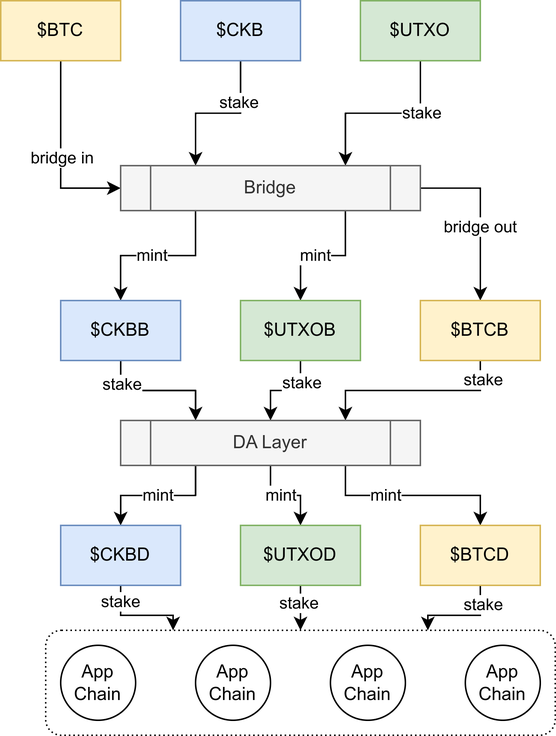
Above: docs/images/stake.png in utxostack/utxo-stack-doc (draw.io), before the change. Source tidied: cells renumbered, new cells last; positions are measured from the earlier drawing's top-left corner, leaving out a move shared by most shapes. The source it was exported from:
```xml
<mxGraphModel>
  <root>
    <mxCell id="0" />
    <mxCell id="1" parent="0" />
    <mxCell id="2" style="edgeStyle=orthogonalEdgeStyle;rounded=0;jettySize=auto;html=1;entryX=0;entryY=0.5;entryDx=0;entryDy=0;" parent="1" edge="1" source="4" target="17">
      <mxGeometry relative="1" as="geometry" />
    </mxCell>
    <mxCell id="3" value="bridge in" style="edgeLabel;html=1;align=center;verticalAlign=middle;" parent="2" vertex="1">
      <mxGeometry x="0.04" y="1" relative="1" as="geometry" />
    </mxCell>
    <mxCell id="4" value="$BTC" style="rounded=0;whiteSpace=wrap;html=1;fillColor=#fff2cc;strokeColor=#d6b656;" parent="1" vertex="1">
      <mxGeometry width="80" height="40" as="geometry" />
    </mxCell>
    <mxCell id="5" style="edgeStyle=orthogonalEdgeStyle;rounded=0;jettySize=auto;html=1;entryX=0.25;entryY=0;entryDx=0;entryDy=0;" parent="1" edge="1" source="7" target="17">
      <mxGeometry relative="1" as="geometry" />
    </mxCell>
    <mxCell id="6" value="stake" style="edgeLabel;html=1;align=center;verticalAlign=middle;" parent="5" vertex="1">
      <mxGeometry x="-0.44" y="-1" relative="1" as="geometry" />
    </mxCell>
    <mxCell id="7" value="$CKB" style="rounded=0;whiteSpace=wrap;html=1;fillColor=#dae8fc;strokeColor=#6c8ebf;" parent="1" vertex="1">
      <mxGeometry x="120" width="80" height="40" as="geometry" />
    </mxCell>
    <mxCell id="8" style="edgeStyle=orthogonalEdgeStyle;rounded=0;jettySize=auto;html=1;exitX=0.5;exitY=1;exitDx=0;exitDy=0;entryX=0.75;entryY=0;entryDx=0;entryDy=0;" parent="1" edge="1" source="10" target="17">
      <mxGeometry relative="1" as="geometry" />
    </mxCell>
    <mxCell id="9" value="stake" style="edgeLabel;html=1;align=center;verticalAlign=middle;" parent="8" vertex="1">
      <mxGeometry x="-0.42" y="1" relative="1" as="geometry" />
    </mxCell>
    <mxCell id="10" value="$UTXO" style="rounded=0;whiteSpace=wrap;html=1;fillColor=#d5e8d4;strokeColor=#82b366;" parent="1" vertex="1">
      <mxGeometry x="240" width="80" height="40" as="geometry" />
    </mxCell>
    <mxCell id="11" style="edgeStyle=orthogonalEdgeStyle;rounded=0;jettySize=auto;html=1;entryX=0.5;entryY=0;entryDx=0;entryDy=0;exitX=1;exitY=0.5;exitDx=0;exitDy=0;" parent="1" edge="1" source="17" target="20">
      <mxGeometry relative="1" as="geometry" />
    </mxCell>
    <mxCell id="12" value="bridge out" style="edgeLabel;html=1;align=center;verticalAlign=middle;" parent="11" vertex="1">
      <mxGeometry x="0.14" relative="1" as="geometry" />
    </mxCell>
    <mxCell id="13" style="edgeStyle=orthogonalEdgeStyle;rounded=0;jettySize=auto;html=1;exitX=0.25;exitY=1;exitDx=0;exitDy=0;entryX=0.5;entryY=0;entryDx=0;entryDy=0;" parent="1" edge="1" source="17" target="23">
      <mxGeometry relative="1" as="geometry" />
    </mxCell>
    <mxCell id="14" value="mint" style="edgeLabel;html=1;align=center;verticalAlign=middle;" parent="13" vertex="1">
      <mxGeometry x="0.07" relative="1" as="geometry" />
    </mxCell>
    <mxCell id="15" style="edgeStyle=orthogonalEdgeStyle;rounded=0;jettySize=auto;html=1;exitX=0.75;exitY=1;exitDx=0;exitDy=0;" parent="1" edge="1" source="17" target="26">
      <mxGeometry relative="1" as="geometry" />
    </mxCell>
    <mxCell id="16" value="mint" style="edgeLabel;html=1;align=center;verticalAlign=middle;" parent="15" vertex="1">
      <mxGeometry x="0.12" relative="1" as="geometry" />
    </mxCell>
    <mxCell id="17" value="Bridge" style="shape=process;whiteSpace=wrap;html=1;backgroundOutline=1;fillColor=#f5f5f5;fontColor=#333333;strokeColor=#666666;" parent="1" vertex="1">
      <mxGeometry x="80" y="110" width="200" height="30" as="geometry" />
    </mxCell>
    <mxCell id="18" style="edgeStyle=orthogonalEdgeStyle;rounded=0;jettySize=auto;html=1;exitX=0.5;exitY=1;exitDx=0;exitDy=0;entryX=0.75;entryY=0;entryDx=0;entryDy=0;" parent="1" edge="1" source="20" target="33">
      <mxGeometry relative="1" as="geometry" />
    </mxCell>
    <mxCell id="19" value="stake" style="edgeLabel;html=1;align=center;verticalAlign=middle;" parent="18" vertex="1">
      <mxGeometry x="-0.8" y="2" relative="1" as="geometry" />
    </mxCell>
    <mxCell id="20" value="$BTCB" style="rounded=0;whiteSpace=wrap;html=1;fillColor=#fff2cc;strokeColor=#d6b656;" parent="1" vertex="1">
      <mxGeometry x="280" y="200" width="80" height="40" as="geometry" />
    </mxCell>
    <mxCell id="21" style="edgeStyle=orthogonalEdgeStyle;rounded=0;jettySize=auto;html=1;exitX=0.5;exitY=1;exitDx=0;exitDy=0;entryX=0.25;entryY=0;entryDx=0;entryDy=0;" parent="1" edge="1" source="23" target="33">
      <mxGeometry relative="1" as="geometry" />
    </mxCell>
    <mxCell id="22" value="stake" style="edgeLabel;html=1;align=center;verticalAlign=middle;" parent="21" vertex="1">
      <mxGeometry x="-0.65" y="1" relative="1" as="geometry" />
    </mxCell>
    <mxCell id="23" value="$CKBB" style="rounded=0;whiteSpace=wrap;html=1;fillColor=#dae8fc;strokeColor=#6c8ebf;" parent="1" vertex="1">
      <mxGeometry x="40" y="200" width="80" height="40" as="geometry" />
    </mxCell>
    <mxCell id="24" style="edgeStyle=orthogonalEdgeStyle;rounded=0;jettySize=auto;html=1;exitX=0.5;exitY=1;exitDx=0;exitDy=0;entryX=0.5;entryY=0;entryDx=0;entryDy=0;" parent="1" edge="1" source="26" target="33">
      <mxGeometry relative="1" as="geometry" />
    </mxCell>
    <mxCell id="25" value="stake" style="edgeLabel;html=1;align=center;verticalAlign=middle;" parent="24" vertex="1">
      <mxGeometry x="-0.52" y="1" relative="1" as="geometry" />
    </mxCell>
    <mxCell id="26" value="$UTXOB" style="rounded=0;whiteSpace=wrap;html=1;fillColor=#d5e8d4;strokeColor=#82b366;" parent="1" vertex="1">
      <mxGeometry x="160" y="200" width="80" height="40" as="geometry" />
    </mxCell>
    <mxCell id="27" style="edgeStyle=orthogonalEdgeStyle;rounded=0;jettySize=auto;html=1;exitX=0.5;exitY=1;exitDx=0;exitDy=0;" parent="1" edge="1" source="33" target="42">
      <mxGeometry relative="1" as="geometry" />
    </mxCell>
    <mxCell id="28" value="mint" style="edgeLabel;html=1;align=center;verticalAlign=middle;" parent="27" vertex="1">
      <mxGeometry x="-0.11" relative="1" as="geometry" />
    </mxCell>
    <mxCell id="29" style="edgeStyle=orthogonalEdgeStyle;rounded=0;jettySize=auto;html=1;exitX=0.25;exitY=1;exitDx=0;exitDy=0;" parent="1" edge="1" source="33" target="39">
      <mxGeometry relative="1" as="geometry" />
    </mxCell>
    <mxCell id="30" value="mint" style="edgeLabel;html=1;align=center;verticalAlign=middle;" parent="29" vertex="1">
      <mxGeometry relative="1" as="geometry" />
    </mxCell>
    <mxCell id="31" style="edgeStyle=orthogonalEdgeStyle;rounded=0;jettySize=auto;html=1;exitX=0.75;exitY=1;exitDx=0;exitDy=0;" parent="1" edge="1" source="33" target="36">
      <mxGeometry relative="1" as="geometry" />
    </mxCell>
    <mxCell id="32" value="mint" style="edgeLabel;html=1;align=center;verticalAlign=middle;" parent="31" vertex="1">
      <mxGeometry x="-0.27" relative="1" as="geometry" />
    </mxCell>
    <mxCell id="33" value="DA Layer" style="shape=process;whiteSpace=wrap;html=1;backgroundOutline=1;fillColor=#f5f5f5;fontColor=#333333;strokeColor=#666666;" parent="1" vertex="1">
      <mxGeometry x="80" y="280" width="200" height="30" as="geometry" />
    </mxCell>
    <mxCell id="34" style="edgeStyle=orthogonalEdgeStyle;rounded=0;jettySize=auto;html=1;exitX=0.5;exitY=1;exitDx=0;exitDy=0;entryX=0.75;entryY=0;entryDx=0;entryDy=0;" parent="1" edge="1" source="36" target="47">
      <mxGeometry relative="1" as="geometry" />
    </mxCell>
    <mxCell id="35" value="stake" style="edgeLabel;html=1;align=center;verticalAlign=middle;" parent="34" vertex="1">
      <mxGeometry x="-0.6" y="2" relative="1" as="geometry" />
    </mxCell>
    <mxCell id="36" value="$BTCD" style="rounded=0;whiteSpace=wrap;html=1;fillColor=#fff2cc;strokeColor=#d6b656;" parent="1" vertex="1">
      <mxGeometry x="280" y="350" width="80" height="40" as="geometry" />
    </mxCell>
    <mxCell id="37" style="edgeStyle=orthogonalEdgeStyle;rounded=0;jettySize=auto;html=1;exitX=0.5;exitY=1;exitDx=0;exitDy=0;entryX=0.25;entryY=0;entryDx=0;entryDy=0;" parent="1" edge="1" source="39" target="47">
      <mxGeometry relative="1" as="geometry" />
    </mxCell>
    <mxCell id="38" value="stake" style="edgeLabel;html=1;align=center;verticalAlign=middle;" parent="37" vertex="1">
      <mxGeometry x="-0.67" relative="1" as="geometry" />
    </mxCell>
    <mxCell id="39" value="$CKBD" style="rounded=0;whiteSpace=wrap;html=1;fillColor=#dae8fc;strokeColor=#6c8ebf;" parent="1" vertex="1">
      <mxGeometry x="40" y="350" width="80" height="40" as="geometry" />
    </mxCell>
    <mxCell id="40" style="edgeStyle=orthogonalEdgeStyle;rounded=0;jettySize=auto;html=1;exitX=0.5;exitY=1;exitDx=0;exitDy=0;entryX=0.5;entryY=0;entryDx=0;entryDy=0;" parent="1" edge="1" source="42" target="47">
      <mxGeometry relative="1" as="geometry" />
    </mxCell>
    <mxCell id="41" value="stake" style="edgeLabel;html=1;align=center;verticalAlign=middle;" parent="40" vertex="1">
      <mxGeometry x="-0.21" y="-1" relative="1" as="geometry" />
    </mxCell>
    <mxCell id="42" value="$UTXOD" style="rounded=0;whiteSpace=wrap;html=1;fillColor=#d5e8d4;strokeColor=#82b366;" parent="1" vertex="1">
      <mxGeometry x="160" y="350" width="80" height="40" as="geometry" />
    </mxCell>
    <mxCell id="43" value="App Chain" style="ellipse;whiteSpace=wrap;html=1;" parent="1" vertex="1">
      <mxGeometry x="40" y="430" width="50" height="50" as="geometry" />
    </mxCell>
    <mxCell id="44" value="App Chain" style="ellipse;whiteSpace=wrap;html=1;" parent="1" vertex="1">
      <mxGeometry x="130" y="430" width="50" height="50" as="geometry" />
    </mxCell>
    <mxCell id="45" value="App Chain" style="ellipse;whiteSpace=wrap;html=1;" parent="1" vertex="1">
      <mxGeometry x="220" y="430" width="50" height="50" as="geometry" />
    </mxCell>
    <mxCell id="46" value="App Chain" style="ellipse;whiteSpace=wrap;html=1;" parent="1" vertex="1">
      <mxGeometry x="310" y="430" width="50" height="50" as="geometry" />
    </mxCell>
    <mxCell id="47" style="rounded=1;whiteSpace=wrap;html=1;dashed=1;dashPattern=1 2;fillColor=none;" parent="1" vertex="1">
      <mxGeometry x="30" y="420" width="340" height="70" as="geometry" />
    </mxCell>
  </root>
</mxGraphModel>
```
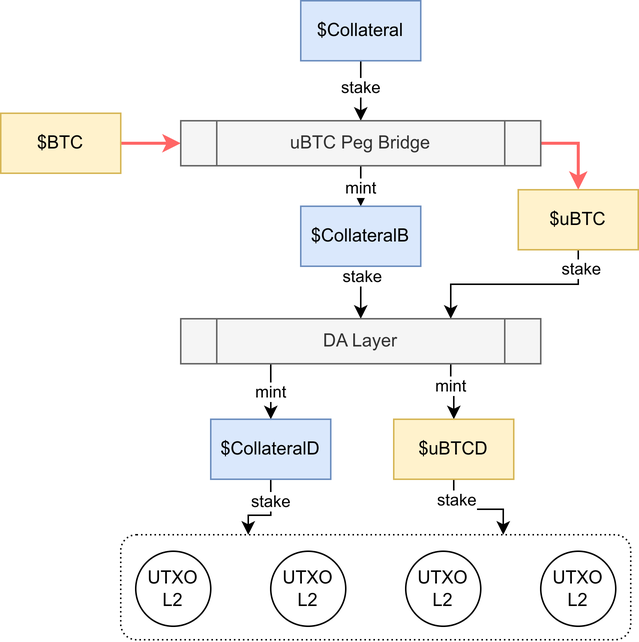
The same diagram one commit later.

The edit, as a diff of the source:
```diff
@@ -2,53 +2,34 @@
   <root>
     <mxCell id="0" />
     <mxCell id="1" parent="0" />
-    <mxCell id="2" style="edgeStyle=orthogonalEdgeStyle;rounded=0;jettySize=auto;html=1;entryX=0;entryY=0.5;entryDx=0;entryDy=0;" parent="1" edge="1" source="4" target="17">
+    <mxCell id="2" style="edgeStyle=orthogonalEdgeStyle;rounded=0;jettySize=auto;html=1;entryX=0;entryY=0.5;entryDx=0;entryDy=0;strokeColor=#FF6666;strokeWidth=2;" parent="1" edge="1" source="4" target="17">
       <mxGeometry relative="1" as="geometry" />
     </mxCell>
-    <mxCell id="3" value="bridge in" style="edgeLabel;html=1;align=center;verticalAlign=middle;" parent="2" vertex="1">
-      <mxGeometry x="0.04" y="1" relative="1" as="geometry" />
-    </mxCell>
     <mxCell id="4" value="$BTC" style="rounded=0;whiteSpace=wrap;html=1;fillColor=#fff2cc;strokeColor=#d6b656;" parent="1" vertex="1">
-      <mxGeometry width="80" height="40" as="geometry" />
+      <mxGeometry x="-40" y="105" width="80" height="40" as="geometry" />
     </mxCell>
-    <mxCell id="5" style="edgeStyle=orthogonalEdgeStyle;rounded=0;jettySize=auto;html=1;entryX=0.25;entryY=0;entryDx=0;entryDy=0;" parent="1" edge="1" source="7" target="17">
+    <mxCell id="5" style="edgeStyle=orthogonalEdgeStyle;rounded=0;jettySize=auto;html=1;entryX=0.5;entryY=0;entryDx=0;entryDy=0;" parent="1" edge="1" source="7" target="17">
       <mxGeometry relative="1" as="geometry" />
     </mxCell>
     <mxCell id="6" value="stake" style="edgeLabel;html=1;align=center;verticalAlign=middle;" parent="5" vertex="1">
-      <mxGeometry x="-0.44" y="-1" relative="1" as="geometry" />
+      <mxGeometry x="-0.44" y="-1" relative="1" as="geometry">
+        <mxPoint x="1" y="7" as="offset" />
+      </mxGeometry>
     </mxCell>
-    <mxCell id="7" value="$CKB" style="rounded=0;whiteSpace=wrap;html=1;fillColor=#dae8fc;strokeColor=#6c8ebf;" parent="1" vertex="1">
-      <mxGeometry x="120" width="80" height="40" as="geometry" />
+    <mxCell id="7" value="$Collateral" style="rounded=0;whiteSpace=wrap;html=1;fillColor=#dae8fc;strokeColor=#6c8ebf;" parent="1" vertex="1">
+      <mxGeometry x="160" y="30" width="80" height="40" as="geometry" />
     </mxCell>
-    <mxCell id="8" style="edgeStyle=orthogonalEdgeStyle;rounded=0;jettySize=auto;html=1;exitX=0.5;exitY=1;exitDx=0;exitDy=0;entryX=0.75;entryY=0;entryDx=0;entryDy=0;" parent="1" edge="1" source="10" target="17">
-      <mxGeometry relative="1" as="geometry" />
-    </mxCell>
-    <mxCell id="9" value="stake" style="edgeLabel;html=1;align=center;verticalAlign=middle;" parent="8" vertex="1">
-      <mxGeometry x="-0.42" y="1" relative="1" as="geometry" />
-    </mxCell>
-    <mxCell id="10" value="$UTXO" style="rounded=0;whiteSpace=wrap;html=1;fillColor=#d5e8d4;strokeColor=#82b366;" parent="1" vertex="1">
-      <mxGeometry x="240" width="80" height="40" as="geometry" />
-    </mxCell>
-    <mxCell id="11" style="edgeStyle=orthogonalEdgeStyle;rounded=0;jettySize=auto;html=1;entryX=0.5;entryY=0;entryDx=0;entryDy=0;exitX=1;exitY=0.5;exitDx=0;exitDy=0;" parent="1" edge="1" source="17" target="20">
+    <mxCell id="11" style="edgeStyle=orthogonalEdgeStyle;rounded=0;jettySize=auto;html=1;entryX=0.5;entryY=0;entryDx=0;entryDy=0;exitX=1;exitY=0.5;exitDx=0;exitDy=0;strokeColor=#FF6666;strokeWidth=2;" parent="1" edge="1" source="17" target="20">
       <mxGeometry relative="1" as="geometry" />
     </mxCell>
-    <mxCell id="12" value="bridge out" style="edgeLabel;html=1;align=center;verticalAlign=middle;" parent="11" vertex="1">
-      <mxGeometry x="0.14" relative="1" as="geometry" />
-    </mxCell>
-    <mxCell id="13" style="edgeStyle=orthogonalEdgeStyle;rounded=0;jettySize=auto;html=1;exitX=0.25;exitY=1;exitDx=0;exitDy=0;entryX=0.5;entryY=0;entryDx=0;entryDy=0;" parent="1" edge="1" source="17" target="23">
+    <mxCell id="13" style="edgeStyle=orthogonalEdgeStyle;rounded=0;jettySize=auto;html=1;exitX=0.5;exitY=1;exitDx=0;exitDy=0;entryX=0.5;entryY=0;entryDx=0;entryDy=0;" parent="1" edge="1" source="17" target="23">
       <mxGeometry relative="1" as="geometry" />
     </mxCell>
     <mxCell id="14" value="mint" style="edgeLabel;html=1;align=center;verticalAlign=middle;" parent="13" vertex="1">
       <mxGeometry x="0.07" relative="1" as="geometry" />
     </mxCell>
-    <mxCell id="15" style="edgeStyle=orthogonalEdgeStyle;rounded=0;jettySize=auto;html=1;exitX=0.75;exitY=1;exitDx=0;exitDy=0;" parent="1" edge="1" source="17" target="26">
-      <mxGeometry relative="1" as="geometry" />
-    </mxCell>
-    <mxCell id="16" value="mint" style="edgeLabel;html=1;align=center;verticalAlign=middle;" parent="15" vertex="1">
-      <mxGeometry x="0.12" relative="1" as="geometry" />
-    </mxCell>
-    <mxCell id="17" value="Bridge" style="shape=process;whiteSpace=wrap;html=1;backgroundOutline=1;fillColor=#f5f5f5;fontColor=#333333;strokeColor=#666666;" parent="1" vertex="1">
-      <mxGeometry x="80" y="110" width="200" height="30" as="geometry" />
+    <mxCell id="17" value="uBTC Peg Bridge" style="shape=process;whiteSpace=wrap;html=1;backgroundOutline=1;fillColor=#f5f5f5;fontColor=#333333;strokeColor=#666666;" parent="1" vertex="1">
+      <mxGeometry x="80" y="110" width="240" height="30" as="geometry" />
     </mxCell>
     <mxCell id="18" style="edgeStyle=orthogonalEdgeStyle;rounded=0;jettySize=auto;html=1;exitX=0.5;exitY=1;exitDx=0;exitDy=0;entryX=0.75;entryY=0;entryDx=0;entryDy=0;" parent="1" edge="1" source="20" target="33">
       <mxGeometry relative="1" as="geometry" />
@@ -56,33 +37,18 @@
     <mxCell id="19" value="stake" style="edgeLabel;html=1;align=center;verticalAlign=middle;" parent="18" vertex="1">
       <mxGeometry x="-0.8" y="2" relative="1" as="geometry" />
     </mxCell>
-    <mxCell id="20" value="$BTCB" style="rounded=0;whiteSpace=wrap;html=1;fillColor=#fff2cc;strokeColor=#d6b656;" parent="1" vertex="1">
-      <mxGeometry x="280" y="200" width="80" height="40" as="geometry" />
+    <mxCell id="20" value="$uBTC" style="rounded=0;whiteSpace=wrap;html=1;fillColor=#fff2cc;strokeColor=#d6b656;" parent="1" vertex="1">
+      <mxGeometry x="305" y="156" width="80" height="40" as="geometry" />
     </mxCell>
-    <mxCell id="21" style="edgeStyle=orthogonalEdgeStyle;rounded=0;jettySize=auto;html=1;exitX=0.5;exitY=1;exitDx=0;exitDy=0;entryX=0.25;entryY=0;entryDx=0;entryDy=0;" parent="1" edge="1" source="23" target="33">
+    <mxCell id="21" style="edgeStyle=orthogonalEdgeStyle;rounded=0;jettySize=auto;html=1;exitX=0.5;exitY=1;exitDx=0;exitDy=0;entryX=0.5;entryY=0;entryDx=0;entryDy=0;" parent="1" edge="1" source="23" target="33">
       <mxGeometry relative="1" as="geometry" />
     </mxCell>
     <mxCell id="22" value="stake" style="edgeLabel;html=1;align=center;verticalAlign=middle;" parent="21" vertex="1">
       <mxGeometry x="-0.65" y="1" relative="1" as="geometry" />
     </mxCell>
-    <mxCell id="23" value="$CKBB" style="rounded=0;whiteSpace=wrap;html=1;fillColor=#dae8fc;strokeColor=#6c8ebf;" parent="1" vertex="1">
-      <mxGeometry x="40" y="200" width="80" height="40" as="geometry" />
+    <mxCell id="23" value="$CollateralB" style="rounded=0;whiteSpace=wrap;html=1;fillColor=#dae8fc;strokeColor=#6c8ebf;" parent="1" vertex="1">
+      <mxGeometry x="160" y="167" width="80" height="40" as="geometry" />
     </mxCell>
-    <mxCell id="24" style="edgeStyle=orthogonalEdgeStyle;rounded=0;jettySize=auto;html=1;exitX=0.5;exitY=1;exitDx=0;exitDy=0;entryX=0.5;entryY=0;entryDx=0;entryDy=0;" parent="1" edge="1" source="26" target="33">
-      <mxGeometry relative="1" as="geometry" />
-    </mxCell>
-    <mxCell id="25" value="stake" style="edgeLabel;html=1;align=center;verticalAlign=middle;" parent="24" vertex="1">
-      <mxGeometry x="-0.52" y="1" relative="1" as="geometry" />
-    </mxCell>
-    <mxCell id="26" value="$UTXOB" style="rounded=0;whiteSpace=wrap;html=1;fillColor=#d5e8d4;strokeColor=#82b366;" parent="1" vertex="1">
-      <mxGeometry x="160" y="200" width="80" height="40" as="geometry" />
-    </mxCell>
-    <mxCell id="27" style="edgeStyle=orthogonalEdgeStyle;rounded=0;jettySize=auto;html=1;exitX=0.5;exitY=1;exitDx=0;exitDy=0;" parent="1" edge="1" source="33" target="42">
-      <mxGeometry relative="1" as="geometry" />
-    </mxCell>
-    <mxCell id="28" value="mint" style="edgeLabel;html=1;align=center;verticalAlign=middle;" parent="27" vertex="1">
-      <mxGeometry x="-0.11" relative="1" as="geometry" />
-    </mxCell>
     <mxCell id="29" style="edgeStyle=orthogonalEdgeStyle;rounded=0;jettySize=auto;html=1;exitX=0.25;exitY=1;exitDx=0;exitDy=0;" parent="1" edge="1" source="33" target="39">
       <mxGeometry relative="1" as="geometry" />
     </mxCell>
@@ -96,7 +62,7 @@
       <mxGeometry x="-0.27" relative="1" as="geometry" />
     </mxCell>
     <mxCell id="33" value="DA Layer" style="shape=process;whiteSpace=wrap;html=1;backgroundOutline=1;fillColor=#f5f5f5;fontColor=#333333;strokeColor=#666666;" parent="1" vertex="1">
-      <mxGeometry x="80" y="280" width="200" height="30" as="geometry" />
+      <mxGeometry x="80" y="242" width="240" height="30" as="geometry" />
     </mxCell>
     <mxCell id="34" style="edgeStyle=orthogonalEdgeStyle;rounded=0;jettySize=auto;html=1;exitX=0.5;exitY=1;exitDx=0;exitDy=0;entryX=0.75;entryY=0;entryDx=0;entryDy=0;" parent="1" edge="1" source="36" target="47">
       <mxGeometry relative="1" as="geometry" />
@@ -104,41 +70,39 @@
     <mxCell id="35" value="stake" style="edgeLabel;html=1;align=center;verticalAlign=middle;" parent="34" vertex="1">
       <mxGeometry x="-0.6" y="2" relative="1" as="geometry" />
     </mxCell>
-    <mxCell id="36" value="$BTCD" style="rounded=0;whiteSpace=wrap;html=1;fillColor=#fff2cc;strokeColor=#d6b656;" parent="1" vertex="1">
-      <mxGeometry x="280" y="350" width="80" height="40" as="geometry" />
+    <mxCell id="36" value="$uBTCD" style="rounded=0;whiteSpace=wrap;html=1;fillColor=#fff2cc;strokeColor=#d6b656;" parent="1" vertex="1">
+      <mxGeometry x="222" y="309" width="80" height="40" as="geometry" />
     </mxCell>
     <mxCell id="37" style="edgeStyle=orthogonalEdgeStyle;rounded=0;jettySize=auto;html=1;exitX=0.5;exitY=1;exitDx=0;exitDy=0;entryX=0.25;entryY=0;entryDx=0;entryDy=0;" parent="1" edge="1" source="39" target="47">
-      <mxGeometry relative="1" as="geometry" />
+      <mxGeometry relative="1" as="geometry">
+        <Array as="points">
+          <mxPoint x="140" y="373" />
+          <mxPoint x="125" y="373" />
+        </Array>
+      </mxGeometry>
     </mxCell>
     <mxCell id="38" value="stake" style="edgeLabel;html=1;align=center;verticalAlign=middle;" parent="37" vertex="1">
-      <mxGeometry x="-0.67" relative="1" as="geometry" />
+      <mxGeometry x="-0.67" relative="1" as="geometry">
+        <mxPoint y="6" as="offset" />
+      </mxGeometry>
     </mxCell>
-    <mxCell id="39" value="$CKBD" style="rounded=0;whiteSpace=wrap;html=1;fillColor=#dae8fc;strokeColor=#6c8ebf;" parent="1" vertex="1">
-      <mxGeometry x="40" y="350" width="80" height="40" as="geometry" />
+    <mxCell id="39" value="$CollateralD" style="rounded=0;whiteSpace=wrap;html=1;fillColor=#dae8fc;strokeColor=#6c8ebf;" parent="1" vertex="1">
+      <mxGeometry x="100" y="309" width="80" height="40" as="geometry" />
     </mxCell>
-    <mxCell id="40" style="edgeStyle=orthogonalEdgeStyle;rounded=0;jettySize=auto;html=1;exitX=0.5;exitY=1;exitDx=0;exitDy=0;entryX=0.5;entryY=0;entryDx=0;entryDy=0;" parent="1" edge="1" source="42" target="47">
-      <mxGeometry relative="1" as="geometry" />
-    </mxCell>
-    <mxCell id="41" value="stake" style="edgeLabel;html=1;align=center;verticalAlign=middle;" parent="40" vertex="1">
-      <mxGeometry x="-0.21" y="-1" relative="1" as="geometry" />
-    </mxCell>
-    <mxCell id="42" value="$UTXOD" style="rounded=0;whiteSpace=wrap;html=1;fillColor=#d5e8d4;strokeColor=#82b366;" parent="1" vertex="1">
-      <mxGeometry x="160" y="350" width="80" height="40" as="geometry" />
-    </mxCell>
-    <mxCell id="43" value="App Chain" style="ellipse;whiteSpace=wrap;html=1;" parent="1" vertex="1">
-      <mxGeometry x="40" y="430" width="50" height="50" as="geometry" />
+    <mxCell id="43" value="UTXO&lt;br&gt;L2" style="ellipse;whiteSpace=wrap;html=1;" parent="1" vertex="1">
+      <mxGeometry x="50" y="397" width="50" height="50" as="geometry" />
     </mxCell>
-    <mxCell id="44" value="App Chain" style="ellipse;whiteSpace=wrap;html=1;" parent="1" vertex="1">
-      <mxGeometry x="130" y="430" width="50" height="50" as="geometry" />
+    <mxCell id="44" value="UTXO&lt;br style=&quot;border-color: var(--border-color);&quot;&gt;L2" style="ellipse;whiteSpace=wrap;html=1;" parent="1" vertex="1">
+      <mxGeometry x="140" y="397" width="50" height="50" as="geometry" />
     </mxCell>
-    <mxCell id="45" value="App Chain" style="ellipse;whiteSpace=wrap;html=1;" parent="1" vertex="1">
-      <mxGeometry x="220" y="430" width="50" height="50" as="geometry" />
+    <mxCell id="45" value="UTXO&lt;br style=&quot;border-color: var(--border-color);&quot;&gt;L2" style="ellipse;whiteSpace=wrap;html=1;" parent="1" vertex="1">
+      <mxGeometry x="230" y="397" width="50" height="50" as="geometry" />
     </mxCell>
-    <mxCell id="46" value="App Chain" style="ellipse;whiteSpace=wrap;html=1;" parent="1" vertex="1">
-      <mxGeometry x="310" y="430" width="50" height="50" as="geometry" />
+    <mxCell id="46" value="UTXO&lt;br style=&quot;border-color: var(--border-color);&quot;&gt;L2" style="ellipse;whiteSpace=wrap;html=1;" parent="1" vertex="1">
+      <mxGeometry x="320" y="397" width="50" height="50" as="geometry" />
     </mxCell>
     <mxCell id="47" style="rounded=1;whiteSpace=wrap;html=1;dashed=1;dashPattern=1 2;fillColor=none;" parent="1" vertex="1">
-      <mxGeometry x="30" y="420" width="340" height="70" as="geometry" />
+      <mxGeometry x="40" y="386" width="340" height="70" as="geometry" />
     </mxCell>
   </root>
 </mxGraphModel>
```
